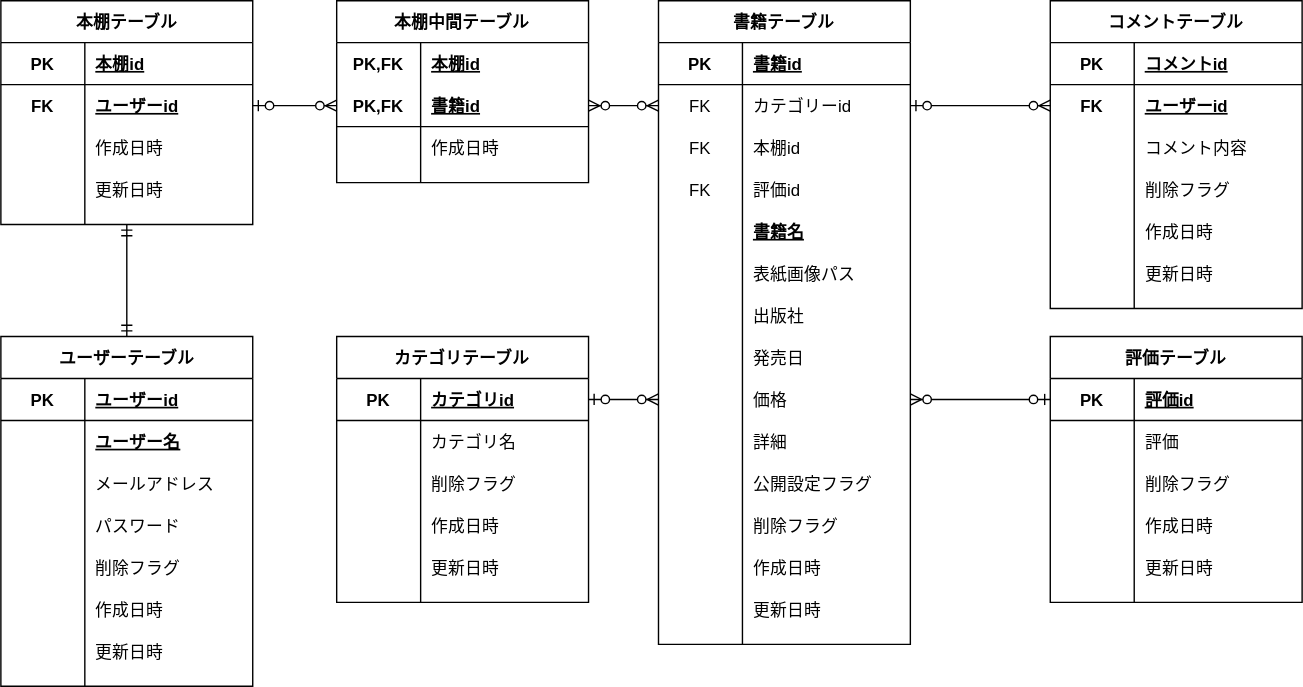
Above: ERdiagram.drawio.svg in takumi98/EngineerBookshelf (draw.io), before the change. Source tidied: cells renumbered, new cells last; positions are measured from the earlier drawing's top-left corner, leaving out a move shared by most shapes.
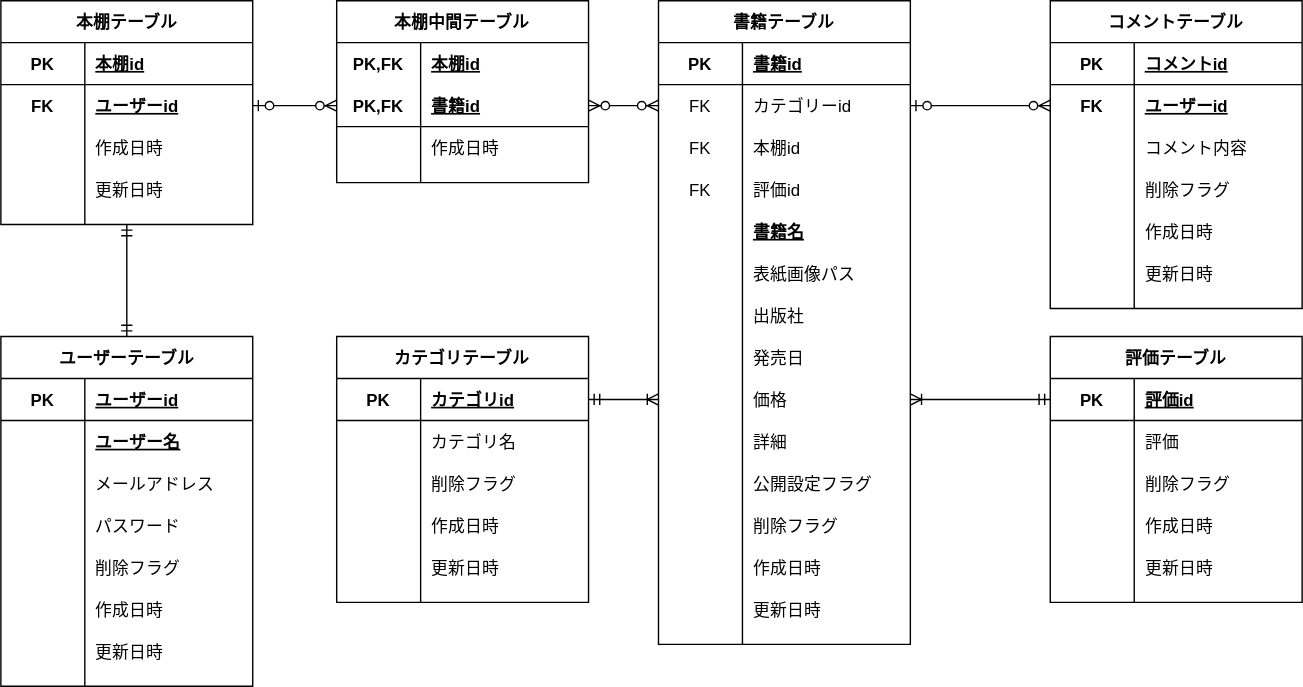
The same file after the commit.

Commit message:
[update]カテゴリーと評価のリレーションを変更

The edit, as a diff of the source:
```diff
@@ -307,7 +307,7 @@
         <mxPoint x="750" y="75" as="sourcePoint" />
       </mxGeometry>
     </mxCell>
-    <mxCell id="103" style="edgeStyle=orthogonalEdgeStyle;rounded=0;jettySize=auto;html=1;exitX=1;exitY=0.5;exitDx=0;exitDy=0;entryX=0;entryY=0.5;entryDx=0;entryDy=0;startArrow=ERzeroToOne;startFill=1;endArrow=ERzeroToMany;endFill=1;" parent="1" edge="1" source="87" target="49">
+    <mxCell id="103" style="edgeStyle=orthogonalEdgeStyle;rounded=0;jettySize=auto;html=1;exitX=1;exitY=0.5;exitDx=0;exitDy=0;entryX=0;entryY=0.5;entryDx=0;entryDy=0;startArrow=ERmandOne;startFill=0;endArrow=ERoneToMany;endFill=0;" parent="1" edge="1" source="87" target="49">
       <mxGeometry relative="1" as="geometry" />
     </mxCell>
     <mxCell id="104" style="edgeStyle=orthogonalEdgeStyle;rounded=0;jettySize=auto;html=1;exitX=0.5;exitY=1;exitDx=0;exitDy=0;entryX=0.5;entryY=0;entryDx=0;entryDy=0;startArrow=ERmandOne;startFill=0;endArrow=ERmandOne;endFill=0;" parent="1" edge="1" source="105" target="2">
@@ -436,7 +436,7 @@
     <mxCell id="145" value="更新日時" style="shape=partialRectangle;fillColor=none;top=0;left=0;bottom=0;right=0;align=left;spacingLeft=6;overflow=hidden;" parent="143" vertex="1">
       <mxGeometry x="60" width="120" height="30" as="geometry" />
     </mxCell>
-    <mxCell id="146" style="edgeStyle=orthogonalEdgeStyle;rounded=0;jettySize=auto;html=1;exitX=0;exitY=0.5;exitDx=0;exitDy=0;entryX=1;entryY=0.5;entryDx=0;entryDy=0;startArrow=ERzeroToOne;startFill=1;endArrow=ERzeroToMany;endFill=1;" parent="1" edge="1" source="131" target="49">
+    <mxCell id="146" style="edgeStyle=orthogonalEdgeStyle;rounded=0;jettySize=auto;html=1;exitX=0;exitY=0.5;exitDx=0;exitDy=0;entryX=1;entryY=0.5;entryDx=0;entryDy=0;startArrow=ERmandOne;startFill=0;endArrow=ERoneToMany;endFill=0;" parent="1" edge="1" source="131" target="49">
       <mxGeometry relative="1" as="geometry" />
     </mxCell>
   </root>
```
